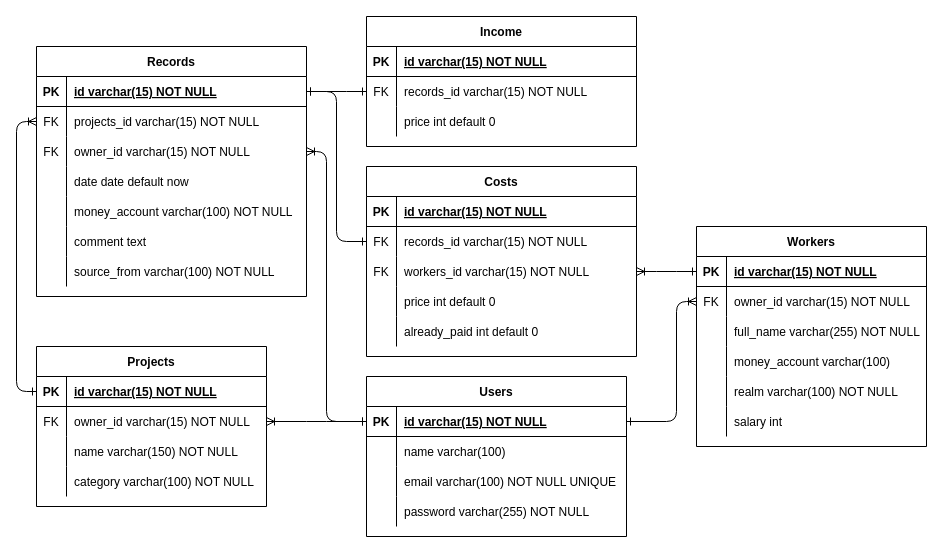
Above: DB.drawio in VanyaKupnevskij/buisnesService_backend (draw.io), before the change. Source tidied: cells renumbered, new cells numbered last; positions are measured from the earlier drawing's top-left corner, leaving out a move shared by most shapes. Both pictures are drawn from the tidied source at 100%, with x=0, y=0 at pixel (6, -49).
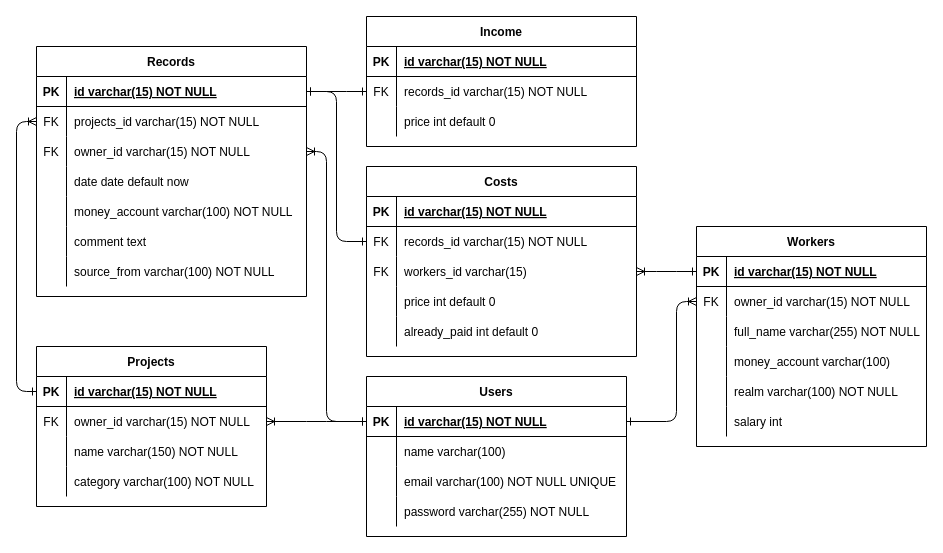
Above is the later version.

Unchanged cells that the change refers to:
```xml
<mxCell id="86" style="shape=partialRectangle;fillColor=none;points=[[0,0.5],[1,0.5]];portConstraint=eastwest;top=0;left=0;right=0;bottom=0;" parent="79" vertex="1">
  <mxGeometry y="90" width="270" height="30" as="geometry" />
</mxCell>
```

Diff of the diagram source:
```diff
@@
-    <mxCell id="88" value="workers_id varchar(15) NOT NULL" style="shape=partialRectangle;overflow=hidden;fillColor=none;top=0;left=0;bottom=0;right=0;align=left;spacingLeft=6;" parent="86" vertex="1">
+    <mxCell id="88" value="workers_id varchar(15)" style="shape=partialRectangle;overflow=hidden;fillColor=none;top=0;left=0;bottom=0;right=0;align=left;spacingLeft=6;" parent="86" vertex="1">
       <mxGeometry x="30" width="240" height="30" as="geometry" />
     </mxCell>
```
